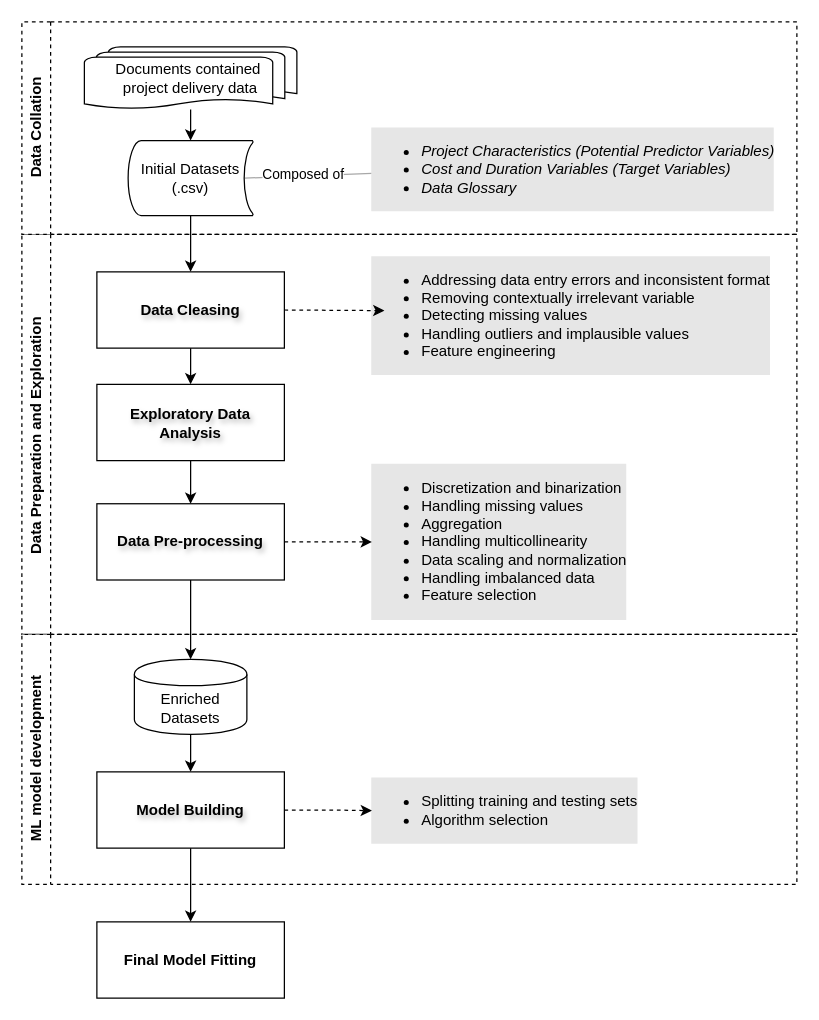
Above: research framework.drawio in datou7119/Figures (draw.io), before the change. Source tidied: cells renumbered, new cells numbered last; positions are measured from the earlier drawing's top-left corner, leaving out a move shared by most shapes. Both pictures are drawn from the tidied source at 125%, with x=0, y=0 at pixel (21, 21).
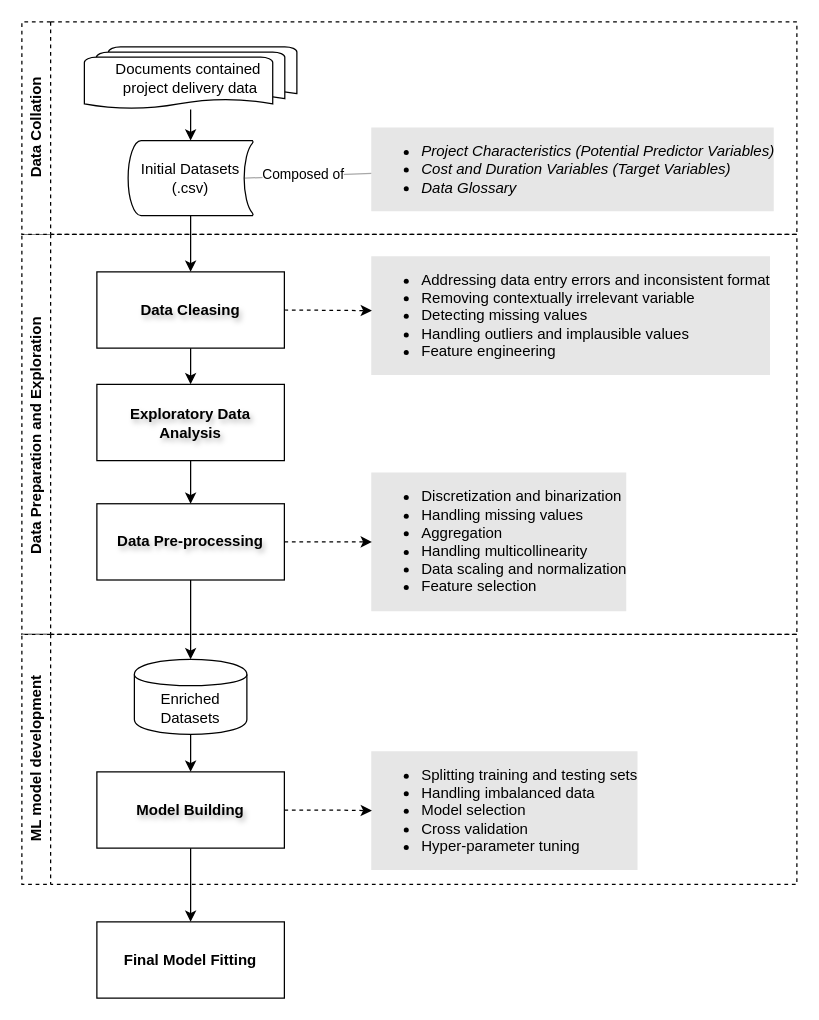
After the change.

The change refers to these unchanged cells:
```xml
<mxCell id="5" value="&lt;span style=&quot;text-wrap: nowrap;&quot;&gt;Data Preparation and Exploration&amp;nbsp;&lt;/span&gt;" style="swimlane;horizontal=0;whiteSpace=wrap;html=1;dashed=1;" parent="1" vertex="1">
  <mxGeometry y="170" width="620" height="320" as="geometry" />
</mxCell>
<mxCell id="7" value="Data Cleasing" style="rounded=0;whiteSpace=wrap;html=1;fontStyle=1;textShadow=1;labelBorderColor=none;labelBackgroundColor=none;" parent="5" vertex="1">
  <mxGeometry x="60" y="30" width="150" height="61" as="geometry" />
</mxCell>
<mxCell id="20" value="&lt;span style=&quot;text-wrap: nowrap;&quot;&gt;ML model development&lt;/span&gt;" style="swimlane;horizontal=0;whiteSpace=wrap;html=1;dashed=1;" parent="1" vertex="1">
  <mxGeometry y="490" width="620" height="200" as="geometry" />
</mxCell>
```

Diff of the diagram source:
```diff
@@
-    <mxCell id="11" value="&lt;ul style=&quot;font-size: 12px;&quot;&gt;&lt;li style=&quot;font-size: 12px;&quot;&gt;&lt;span style=&quot;font-size: 12px;&quot;&gt;Discretization and binarization&amp;nbsp;&lt;/span&gt;&lt;/li&gt;&lt;li style=&quot;font-size: 12px;&quot;&gt;Handling missing values&lt;/li&gt;&lt;li&gt;Aggregation&lt;/li&gt;&lt;li style=&quot;font-size: 12px;&quot;&gt;Handling multicollinearity&lt;/li&gt;&lt;li style=&quot;font-size: 12px;&quot;&gt;Data scaling and normalization&lt;/li&gt;&lt;li style=&quot;font-size: 12px;&quot;&gt;Handling imbalanced data&lt;/li&gt;&lt;li style=&quot;font-size: 12px;&quot;&gt;Feature selection&lt;/li&gt;&lt;/ul&gt;" style="text;html=1;align=left;verticalAlign=middle;points=[];strokeColor=none;fillColor=none;labelBackgroundColor=#E6E6E6;spacingRight=2;spacingLeft=0;fontSize=12;spacing=0;" parent="5" vertex="1">
-      <mxGeometry x="280" y="181" width="220" height="130" as="geometry" />
+    <mxCell id="11" value="&lt;ul style=&quot;font-size: 12px;&quot;&gt;&lt;li style=&quot;font-size: 12px;&quot;&gt;&lt;span style=&quot;font-size: 12px;&quot;&gt;Discretization and binarization&amp;nbsp;&lt;/span&gt;&lt;/li&gt;&lt;li style=&quot;font-size: 12px;&quot;&gt;Handling missing values&lt;/li&gt;&lt;li&gt;Aggregation&lt;/li&gt;&lt;li style=&quot;font-size: 12px;&quot;&gt;Handling multicollinearity&lt;/li&gt;&lt;li style=&quot;font-size: 12px;&quot;&gt;Data scaling and normalization&lt;/li&gt;&lt;li style=&quot;font-size: 12px;&quot;&gt;Feature selection&lt;/li&gt;&lt;/ul&gt;" style="text;html=1;align=left;verticalAlign=middle;points=[];strokeColor=none;fillColor=none;labelBackgroundColor=#E6E6E6;spacingRight=2;spacingLeft=0;fontSize=12;spacing=0;" parent="5" vertex="1">
+      <mxGeometry x="280" y="186" width="220" height="120" as="geometry" />
     </mxCell>
@@
-    <mxCell id="22" value="&lt;ul style=&quot;font-size: 12px;&quot;&gt;&lt;li style=&quot;font-size: 12px;&quot;&gt;&lt;span style=&quot;font-size: 12px;&quot;&gt;Splitting training and testing sets&lt;/span&gt;&lt;/li&gt;&lt;li&gt;Algorithm selection&lt;br&gt;&lt;/li&gt;&lt;/ul&gt;" style="text;html=1;align=left;verticalAlign=middle;points=[];strokeColor=none;fillColor=none;labelBackgroundColor=#E6E6E6;spacingRight=2;spacingLeft=0;fontSize=12;spacing=0;" parent="20" vertex="1">
-      <mxGeometry x="280" y="111" width="230" height="60" as="geometry" />
+    <mxCell id="22" value="&lt;ul style=&quot;font-size: 12px;&quot;&gt;&lt;li style=&quot;font-size: 12px;&quot;&gt;&lt;span style=&quot;font-size: 12px;&quot;&gt;Splitting training and testing sets&lt;/span&gt;&lt;/li&gt;&lt;li&gt;Handling imbalanced data&lt;/li&gt;&lt;li&gt;Model selection&lt;br&gt;&lt;/li&gt;&lt;li&gt;Cross validation&lt;/li&gt;&lt;li&gt;Hyper-parameter tuning&lt;/li&gt;&lt;/ul&gt;" style="text;html=1;align=left;verticalAlign=middle;points=[];strokeColor=none;fillColor=none;labelBackgroundColor=#E6E6E6;spacingRight=2;spacingLeft=0;fontSize=12;spacing=0;" parent="20" vertex="1">
+      <mxGeometry x="280" y="86" width="230" height="110" as="geometry" />
     </mxCell>
@@
     <mxCell id="28" style="endArrow=classic;html=1;rounded=0;exitX=1;exitY=0.5;exitDx=0;exitDy=0;dashed=1;" parent="1" edge="1" source="7">
       <mxGeometry relative="1" as="geometry">
-        <mxPoint x="290" y="231" as="targetPoint" />
+        <mxPoint x="280" y="231" as="targetPoint" />
       </mxGeometry>
     </mxCell>
```
